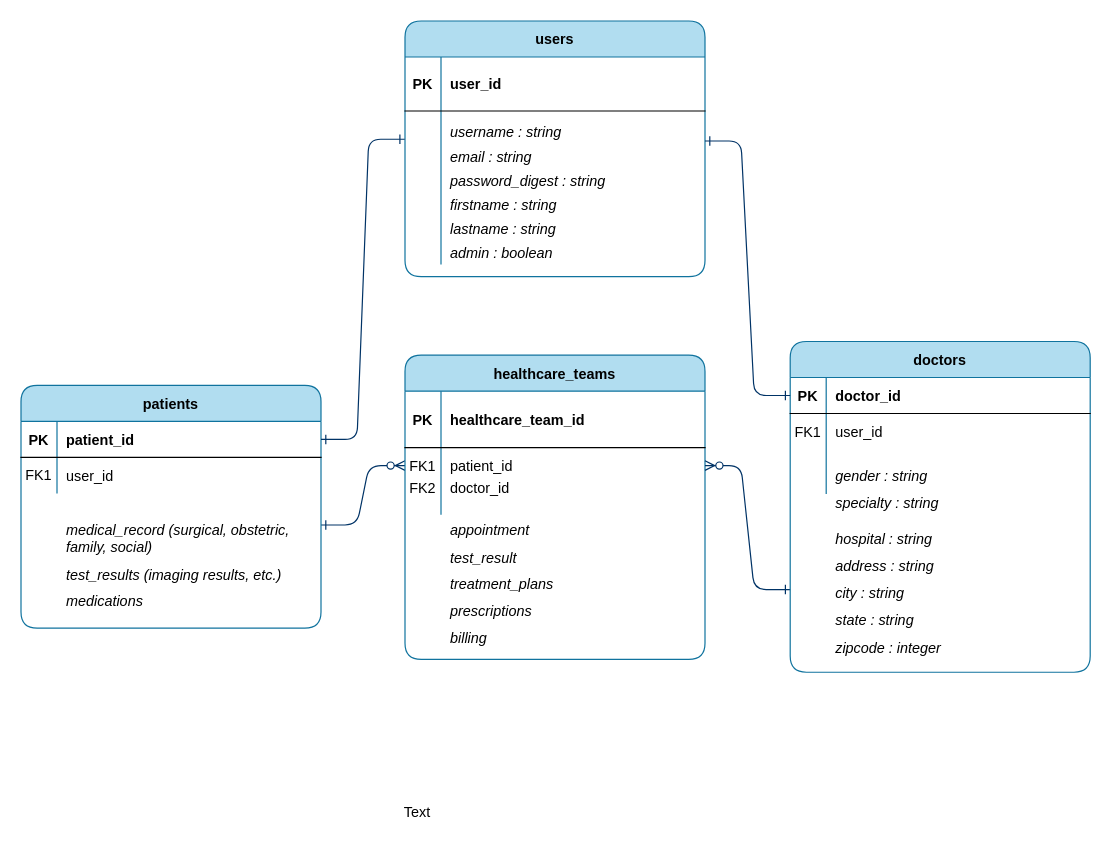
Earlier version of the draw.io diagram PlanMyMDVisit.drawio (fentybit/PlanMyMDVisit). Source tidied: cells renumbered, new cells numbered last; positions are measured from the earlier drawing's top-left corner, leaving out a move shared by most shapes. Both pictures are drawn from the tidied source at 120%, with x=0, y=0 at pixel (20, 20).
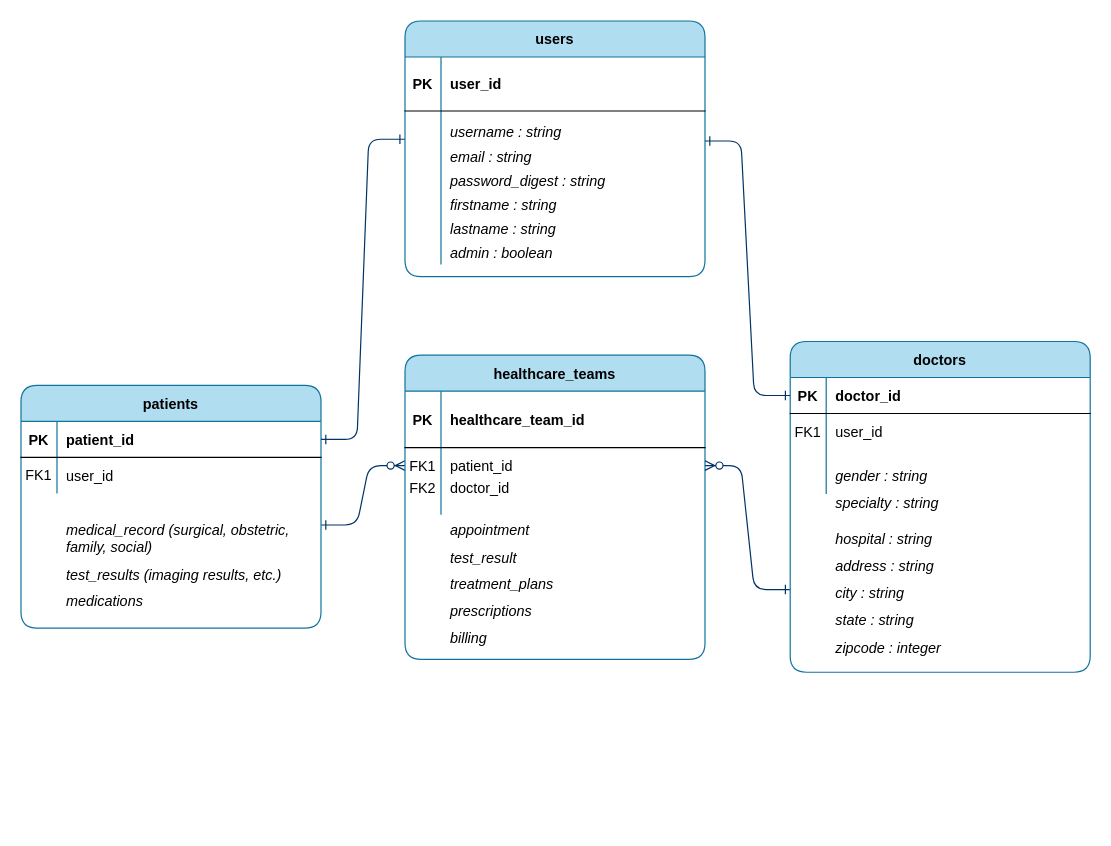
After the change.

Diff of the diagram source:
```diff
@@
-    <mxCell id="67" value="Text" style="text;html=1;align=center;verticalAlign=middle;" parent="1" vertex="1">
-      <mxGeometry x="310" y="650" width="40" height="20" as="geometry" />
-    </mxCell>
```
